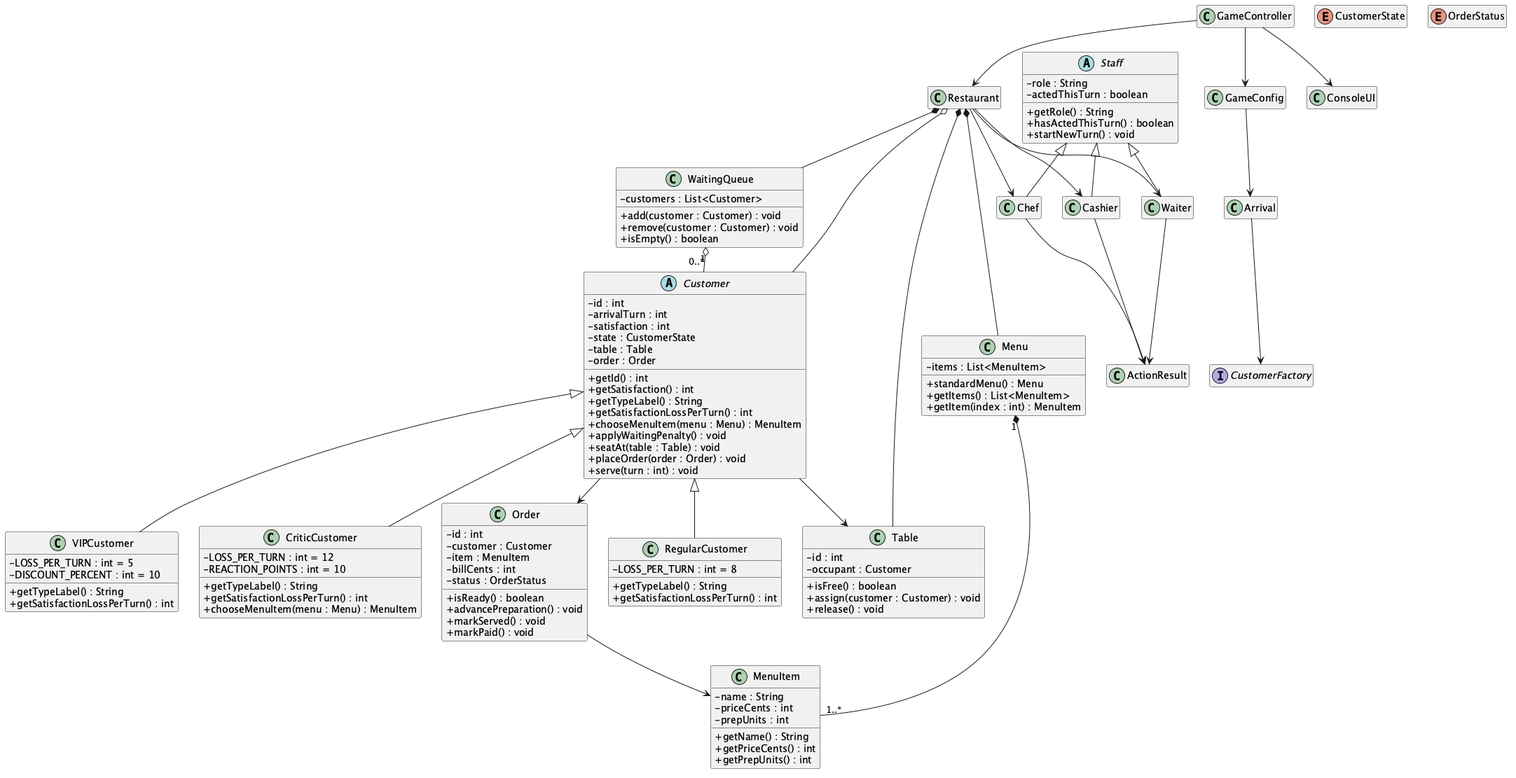
Before: docs/stage-2-class-diagram.png, a diagram exported from PlantUML (Phoenix3108/restaurant-rush).
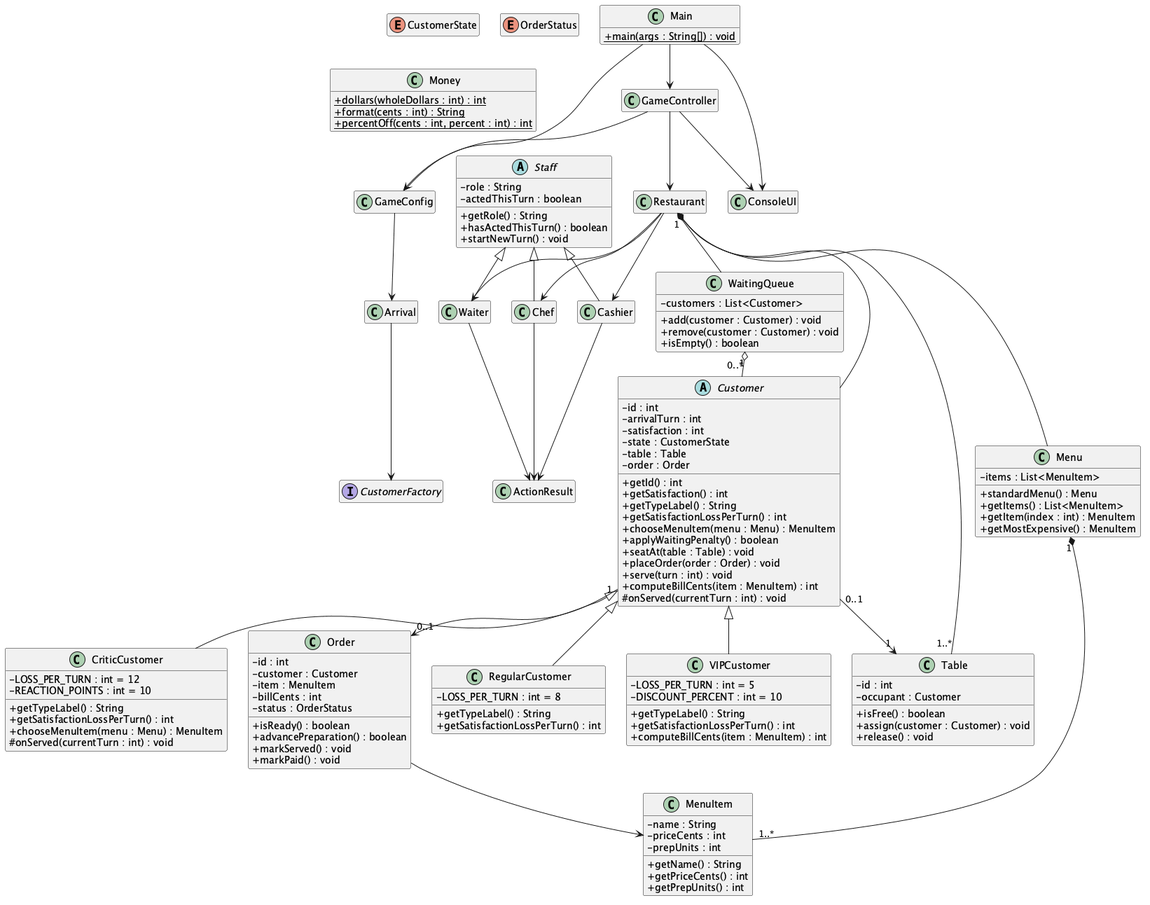
The same diagram one commit later.

Commit message:
Update class diagram PNG exports

Change to the diagram source:
```diff
@@ -18,10 +18,12 @@
     + getTypeLabel() : String
     + getSatisfactionLossPerTurn() : int
     + chooseMenuItem(menu : Menu) : MenuItem
-    + applyWaitingPenalty() : void
+    + applyWaitingPenalty() : boolean
     + seatAt(table : Table) : void
     + placeOrder(order : Order) : void
     + serve(turn : int) : void
+    + computeBillCents(item : MenuItem) : int
+    # onServed(currentTurn : int) : void
 }
 
 class RegularCustomer {
@@ -35,6 +37,7 @@
     - DISCOUNT_PERCENT : int = 10
     + getTypeLabel() : String
     + getSatisfactionLossPerTurn() : int
+    + computeBillCents(item : MenuItem) : int
 }
 
 class CriticCustomer {
@@ -43,6 +46,7 @@
     + getTypeLabel() : String
     + getSatisfactionLossPerTurn() : int
     + chooseMenuItem(menu : Menu) : MenuItem
+    # onServed(currentTurn : int) : void
 }
 
 enum CustomerState
@@ -66,6 +70,7 @@
     + standardMenu() : Menu
     + getItems() : List<MenuItem>
     + getItem(index : int) : MenuItem
+    + getMostExpensive() : MenuItem
 }
 
 class MenuItem {
@@ -84,7 +89,7 @@
     - billCents : int
     - status : OrderStatus
     + isReady() : boolean
-    + advancePreparation() : void
+    + advancePreparation() : boolean
     + markServed() : void
     + markPaid() : void
 }
@@ -106,10 +111,18 @@
 class Restaurant
 class GameConfig
 class GameController
+class Main {
+    {static} + main(args : String[]) : void
+}
 class ConsoleUI
 class Arrival
 interface CustomerFactory
 class ActionResult
+class Money {
+    {static} + dollars(wholeDollars : int) : int
+    {static} + format(cents : int) : String
+    {static} + percentOff(cents : int, percent : int) : int
+}
 
 Customer <|-- RegularCustomer
 Customer <|-- VIPCustomer
@@ -121,13 +134,13 @@
 
 Menu "1" *-- "1..*" MenuItem
 WaitingQueue "1" o-- "0..*" Customer
-Customer --> Table
-Customer --> Order
+Customer "0..1" --> "1" Table
+Customer "1" --> "0..1" Order
 Order --> MenuItem
 
 Restaurant *-- Menu
 Restaurant *-- WaitingQueue
-Restaurant *-- Table
+Restaurant "1" *-- "1..*" Table
 Restaurant o-- Customer
 Restaurant --> Waiter
 Restaurant --> Chef
@@ -142,5 +155,8 @@
 Waiter --> ActionResult
 Chef --> ActionResult
 Cashier --> ActionResult
+Main --> GameConfig
+Main --> GameController
+Main --> ConsoleUI
 
 @enduml
```
